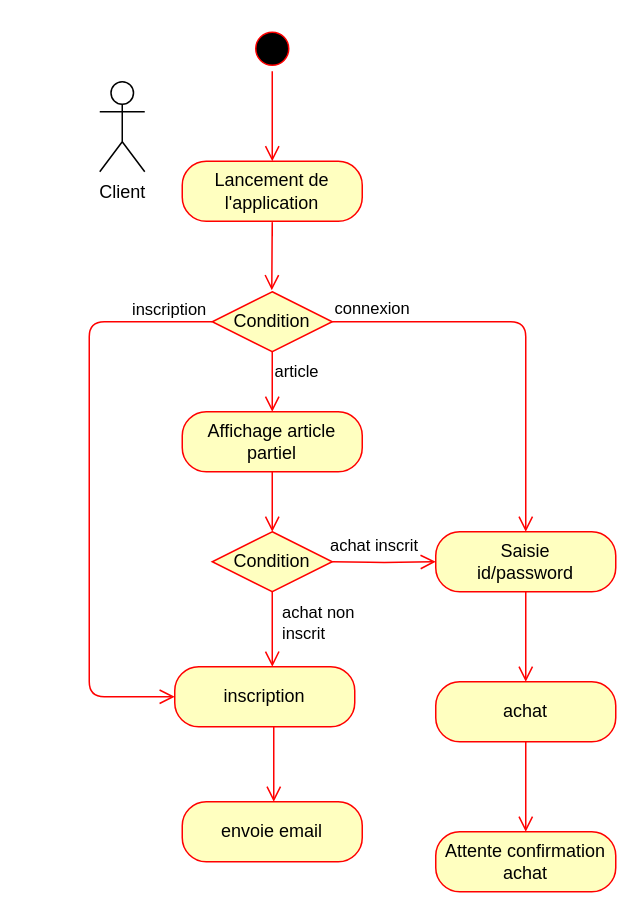
This is diagrams/Activity Diagram.drawio from Wathil/POECNews, a draw.io file, before an edit. Source tidied: cells renumbered, new cells numbered last; positions are measured from the earlier drawing's top-left corner, leaving out a move shared by most shapes. Both pictures are drawn from the tidied source at 150%, with x=0, y=0 at pixel (88, 26).
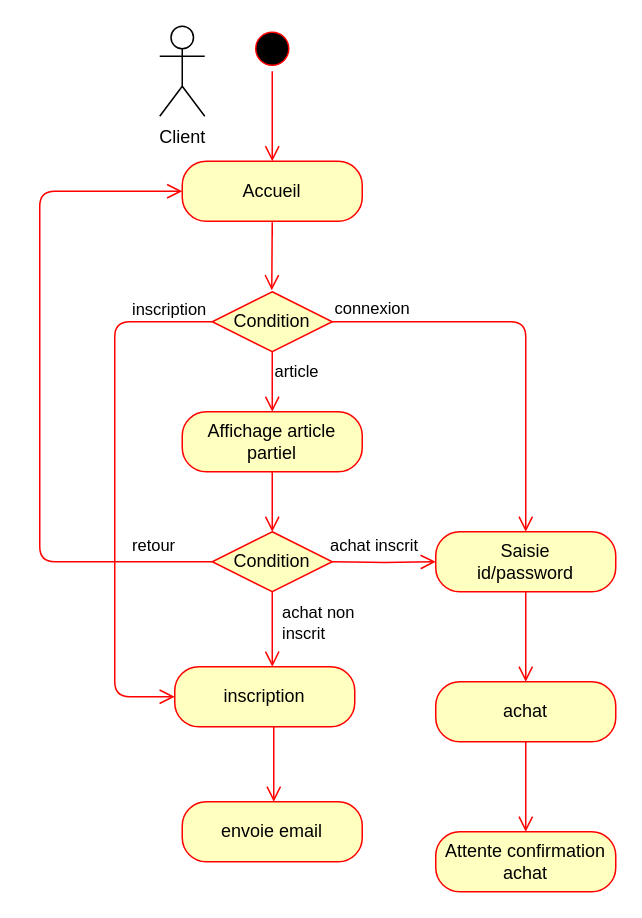
The same page after the edit.

The change refers to these unchanged cells:
```xml
<mxCell id="7" value="Condition" style="rhombus;whiteSpace=wrap;html=1;fillColor=#ffffc0;strokeColor=#ff0000;" parent="1" vertex="1">
  <mxGeometry x="82" y="177" width="80" height="40" as="geometry" />
</mxCell>
```

The edit, as a diff of the source:
```diff
@@
     <mxCell id="2" value="Client" style="shape=umlActor;verticalLabelPosition=bottom;verticalAlign=top;html=1;" parent="1" vertex="1">
-      <mxGeometry x="7" y="37" width="30" height="60" as="geometry" />
+      <mxGeometry x="47" width="30" height="60" as="geometry" />
     </mxCell>
@@
-    <mxCell id="5" value="Lancement de l'application" style="rounded=1;whiteSpace=wrap;html=1;arcSize=40;fontColor=#000000;fillColor=#ffffc0;strokeColor=#ff0000;" parent="1" vertex="1">
+    <mxCell id="5" value="Accueil" style="rounded=1;whiteSpace=wrap;html=1;arcSize=40;fontColor=#000000;fillColor=#ffffc0;strokeColor=#ff0000;" parent="1" vertex="1">
       <mxGeometry x="62" y="90" width="120" height="40" as="geometry" />
     </mxCell>
@@
     <mxCell id="17" style="edgeStyle=orthogonalEdgeStyle;html=1;align=left;verticalAlign=bottom;endArrow=open;endSize=8;strokeColor=#ff0000;exitX=0;exitY=0.5;exitDx=0;exitDy=0;" parent="1" edge="1" source="7">
       <mxGeometry x="-1" y="-41" relative="1" as="geometry">
         <mxPoint x="57" y="447" as="targetPoint" />
         <Array as="points">
-          <mxPoint y="197" />
-          <mxPoint y="447" />
+          <mxPoint x="17" y="197" />
+          <mxPoint x="17" y="447" />
         </Array>
         <mxPoint x="40" y="31" as="offset" />
       </mxGeometry>
     </mxCell>
@@
+    <mxCell id="27" style="edgeStyle=orthogonalEdgeStyle;html=1;align=left;verticalAlign=bottom;endArrow=open;endSize=8;strokeColor=#ff0000;exitX=0;exitY=0.5;exitDx=0;exitDy=0;entryX=0;entryY=0.5;entryDx=0;entryDy=0;" parent="1" edge="1" target="5">
+      <mxGeometry x="-1" y="-41" relative="1" as="geometry">
+        <mxPoint x="82" y="357" as="sourcePoint" />
+        <Array as="points">
+          <mxPoint x="-33" y="357" />
+          <mxPoint x="-33" y="110" />
+        </Array>
+        <mxPoint x="40" y="31" as="offset" />
+      </mxGeometry>
+    </mxCell>
+    <mxCell id="28" value="&lt;font face=&quot;helvetica&quot;&gt;&lt;span style=&quot;font-size: 11px ; background-color: rgb(255 , 255 , 255)&quot;&gt;retour&lt;/span&gt;&lt;/font&gt;" style="text;whiteSpace=wrap;html=1;" parent="1" vertex="1">
+      <mxGeometry x="27" y="332" width="80" height="30" as="geometry" />
+    </mxCell>
```
